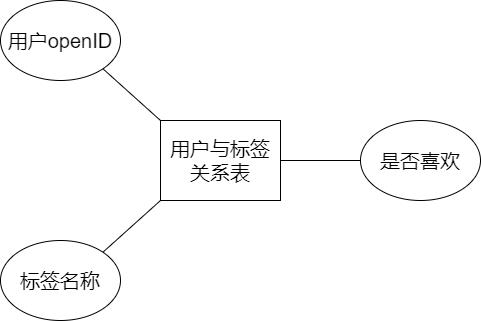
This is database-er/table.user-label.drawio.png from Jater0/Graduation, a draw.io export, as it was before one commit. Source tidied: cells renumbered, new cells last; positions are measured from the earlier drawing's top-left corner, leaving out a move shared by most shapes.
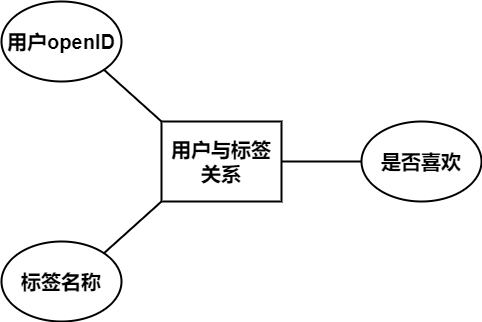
Above is the later version.

Change to the diagram source:
```diff
@@ -2,25 +2,25 @@
   <root>
     <mxCell id="0" />
     <mxCell id="1" parent="0" />
-    <mxCell id="2" value="用户与标签关系表" style="rounded=0;whiteSpace=wrap;html=1;fontSize=20;" parent="1" vertex="1">
+    <mxCell id="2" value="用户与标签关系" style="rounded=0;whiteSpace=wrap;html=1;fontSize=20;strokeWidth=2;fontStyle=1;" parent="1" vertex="1">
       <mxGeometry x="160" y="120" width="120" height="80" as="geometry" />
     </mxCell>
-    <mxCell id="3" value="用户openID" style="ellipse;whiteSpace=wrap;html=1;fontSize=20;" parent="1" vertex="1">
+    <mxCell id="3" value="用户openID" style="ellipse;whiteSpace=wrap;html=1;fontSize=20;strokeWidth=2;fontStyle=1;" parent="1" vertex="1">
       <mxGeometry width="120" height="80" as="geometry" />
     </mxCell>
-    <mxCell id="4" value="是否喜欢" style="ellipse;whiteSpace=wrap;html=1;fontSize=20;" parent="1" vertex="1">
+    <mxCell id="4" value="是否喜欢" style="ellipse;whiteSpace=wrap;html=1;fontSize=20;strokeWidth=2;fontStyle=1;" parent="1" vertex="1">
       <mxGeometry x="360" y="120" width="120" height="80" as="geometry" />
     </mxCell>
-    <mxCell id="5" value="标签名称" style="ellipse;whiteSpace=wrap;html=1;fontSize=20;" parent="1" vertex="1">
+    <mxCell id="5" value="标签名称" style="ellipse;whiteSpace=wrap;html=1;fontSize=20;strokeWidth=2;fontStyle=1;" parent="1" vertex="1">
       <mxGeometry y="240" width="120" height="80" as="geometry" />
     </mxCell>
-    <mxCell id="6" style="endArrow=none;html=1;fontSize=20;entryX=0;entryY=0.5;entryDx=0;entryDy=0;exitX=1;exitY=0.5;exitDx=0;exitDy=0;" parent="1" edge="1" source="2" target="4">
+    <mxCell id="6" style="endArrow=none;html=1;fontSize=20;entryX=0;entryY=0.5;entryDx=0;entryDy=0;exitX=1;exitY=0.5;exitDx=0;exitDy=0;strokeWidth=2;fontStyle=1;" parent="1" edge="1" source="2" target="4">
       <mxGeometry relative="1" as="geometry" />
     </mxCell>
-    <mxCell id="7" style="endArrow=none;html=1;fontSize=20;entryX=0;entryY=1;entryDx=0;entryDy=0;exitX=1;exitY=0;exitDx=0;exitDy=0;" parent="1" edge="1" source="5" target="2">
+    <mxCell id="7" style="endArrow=none;html=1;fontSize=20;entryX=0;entryY=1;entryDx=0;entryDy=0;exitX=1;exitY=0;exitDx=0;exitDy=0;strokeWidth=2;fontStyle=1;" parent="1" edge="1" source="5" target="2">
       <mxGeometry relative="1" as="geometry" />
     </mxCell>
-    <mxCell id="8" style="endArrow=none;html=1;fontSize=20;entryX=1;entryY=1;entryDx=0;entryDy=0;exitX=0;exitY=0;exitDx=0;exitDy=0;" parent="1" edge="1" source="2" target="3">
+    <mxCell id="8" style="endArrow=none;html=1;fontSize=20;entryX=1;entryY=1;entryDx=0;entryDy=0;exitX=0;exitY=0;exitDx=0;exitDy=0;strokeWidth=2;fontStyle=1;" parent="1" edge="1" source="2" target="3">
       <mxGeometry relative="1" as="geometry" />
     </mxCell>
   </root>
```
